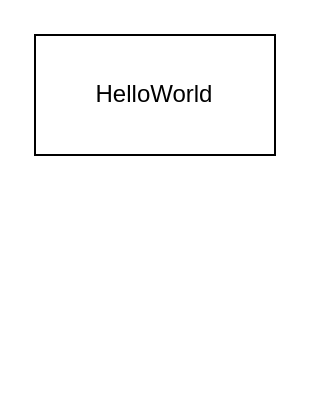
Earlier version of the draw.io diagram Untitled Diagram.drawio (zhangqinghua/hexo_image). Source tidied: cells renumbered, new cells numbered last; positions are measured from the earlier drawing's top-left corner, leaving out a move shared by most shapes. Both pictures are drawn from the tidied source at 200%, with x=0, y=0 at pixel (34, 34).
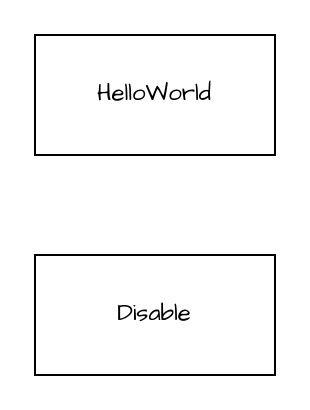
The same diagram, later.

Diff of the diagram source:
```diff
@@
 <mxGraphModel>
   <root>
     <mxCell id="0" />
     <mxCell id="1" parent="0" />
-    <mxCell id="2" value="HelloWorld" style="rounded=0;whiteSpace=wrap;html=1;" parent="1" vertex="1">
+    <mxCell id="2" value="HelloWorld" style="rounded=0;whiteSpace=wrap;html=1;fontFamily=Comic Sans MS;" parent="1" vertex="1">
       <mxGeometry width="120" height="60" as="geometry" />
     </mxCell>
+    <mxCell id="3" value="Disable" style="rounded=0;whiteSpace=wrap;html=1;fontFamily=Comic Sans MS;" parent="1" vertex="1">
+      <mxGeometry y="110" width="120" height="60" as="geometry" />
+    </mxCell>
   </root>
 </mxGraphModel>
```
